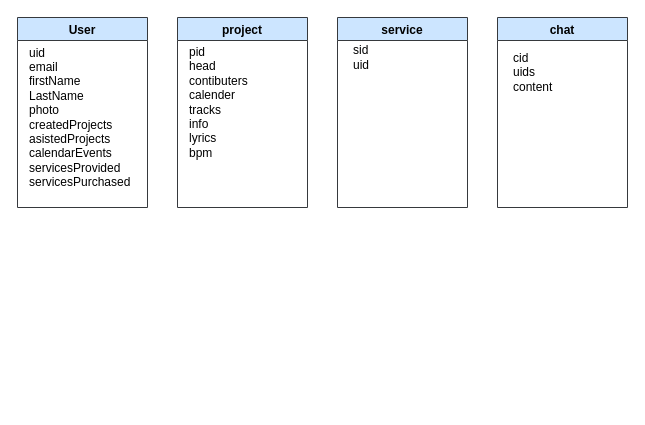
This is page "Page-7" (7 of 7) of SAD Diagrams.drawio from Itaybarbar/myProject, a draw.io file, before an edit. Source tidied: cells renumbered, new cells numbered last; positions are measured from the earlier drawing's top-left corner, leaving out a move shared by most shapes. Both pictures are drawn from the tidied source at 100%, with x=0, y=0 at pixel (17, 17).
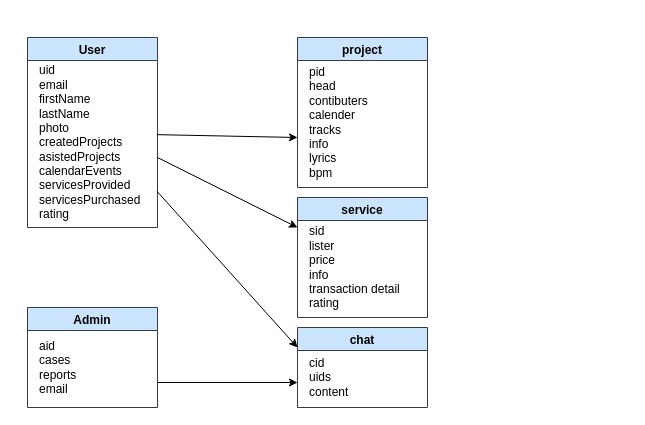
After the change.

The edit, as a diff of the source:
```diff
@@
 <mxGraphModel>
   <root>
     <mxCell id="0" />
     <mxCell id="1" parent="0" />
     <mxCell id="2" value="User" style="swimlane;fillColor=#cce5ff;strokeColor=#36393d;" parent="1" vertex="1">
-      <mxGeometry width="130" height="190" as="geometry" />
+      <mxGeometry x="10" y="20" width="130" height="190" as="geometry" />
     </mxCell>
-    <mxCell id="3" value="uid&lt;br&gt;email&lt;br&gt;firstName&lt;br&gt;LastName&lt;br&gt;photo&lt;br&gt;createdProjects&lt;br&gt;asistedProjects&lt;br&gt;calendarEvents&lt;br&gt;servicesProvided&lt;br&gt;servicesPurchased" style="text;html=1;align=left;verticalAlign=middle;points=[];strokeColor=none;fillColor=none;fontStyle=0;" parent="2" vertex="1">
-      <mxGeometry x="10" y="25" width="120" height="150" as="geometry" />
+    <mxCell id="3" value="uid&lt;br&gt;email&lt;br&gt;firstName&lt;br&gt;lastName&lt;br&gt;photo&lt;br&gt;createdProjects&lt;br&gt;asistedProjects&lt;br&gt;calendarEvents&lt;br&gt;servicesProvided&lt;br&gt;servicesPurchased&lt;br&gt;rating" style="text;html=1;align=left;verticalAlign=middle;points=[];strokeColor=none;fillColor=none;fontStyle=0;" parent="2" vertex="1">
+      <mxGeometry x="10" y="25" width="120" height="160" as="geometry" />
     </mxCell>
     <mxCell id="4" value="service" style="swimlane;fillColor=#cce5ff;strokeColor=#36393d;startSize=23;" parent="1" vertex="1">
-      <mxGeometry x="320" width="130" height="190" as="geometry" />
+      <mxGeometry x="280" y="180" width="130" height="120" as="geometry" />
     </mxCell>
-    <mxCell id="5" value="sid&lt;br&gt;uid&lt;br&gt;" style="text;html=1;align=left;verticalAlign=middle;strokeColor=none;fillColor=none;fontStyle=0;" parent="4" vertex="1">
-      <mxGeometry x="14" y="25" width="30" height="30" as="geometry" />
+    <mxCell id="5" value="sid&lt;br&gt;lister&lt;br&gt;price&lt;br&gt;info&lt;br&gt;transaction detail&lt;br&gt;rating" style="text;html=1;align=left;verticalAlign=middle;strokeColor=none;fillColor=none;fontStyle=0;" parent="4" vertex="1">
+      <mxGeometry x="10" y="25" width="110" height="90" as="geometry" />
     </mxCell>
+    <mxCell id="8" value="chat" style="swimlane;fillColor=#cce5ff;strokeColor=#36393d;startSize=23;" parent="1" vertex="1">
+      <mxGeometry x="280" y="310" width="130" height="80" as="geometry" />
+    </mxCell>
+    <mxCell id="9" value="cid&lt;br&gt;uids&lt;br&gt;content" style="text;html=1;align=left;verticalAlign=middle;strokeColor=none;fillColor=none;fontStyle=0;" parent="8" vertex="1">
+      <mxGeometry x="10" y="25" width="50" height="50" as="geometry" />
+    </mxCell>
+    <mxCell id="10" value="Admin" style="swimlane;fillColor=#cce5ff;strokeColor=#36393d;startSize=23;" parent="1" vertex="1">
+      <mxGeometry x="10" y="290" width="130" height="100" as="geometry" />
+    </mxCell>
+    <mxCell id="11" value="aid&lt;br&gt;cases&lt;br&gt;reports&lt;br&gt;email" style="text;html=1;align=left;verticalAlign=middle;strokeColor=none;fillColor=none;fontStyle=0;" parent="10" vertex="1">
+      <mxGeometry x="10" y="30" width="50" height="60" as="geometry" />
+    </mxCell>
     <mxCell id="6" value="project" style="swimlane;fillColor=#cce5ff;strokeColor=#36393d;startSize=23;" parent="1" vertex="1">
-      <mxGeometry x="160" width="130" height="190" as="geometry" />
+      <mxGeometry x="280" y="20" width="130" height="150" as="geometry" />
     </mxCell>
     <mxCell id="7" value="pid&lt;br&gt;head&lt;br&gt;contibuters&lt;br&gt;calender&lt;br&gt;tracks&lt;br&gt;info&lt;br&gt;lyrics&lt;br&gt;bpm&lt;br&gt;" style="text;html=1;align=left;verticalAlign=middle;strokeColor=none;fillColor=none;fontStyle=0;" parent="6" vertex="1">
       <mxGeometry x="10" y="25" width="70" height="120" as="geometry" />
     </mxCell>
-    <mxCell id="8" value="chat" style="swimlane;fillColor=#cce5ff;strokeColor=#36393d;startSize=23;" parent="1" vertex="1">
-      <mxGeometry x="480" width="130" height="190" as="geometry" />
-    </mxCell>
-    <mxCell id="9" value="cid&lt;br&gt;uids&lt;br&gt;content" style="text;html=1;align=left;verticalAlign=middle;strokeColor=none;fillColor=none;fontStyle=0;" parent="8" vertex="1">
-      <mxGeometry x="14" y="30" width="50" height="50" as="geometry" />
-    </mxCell>
+    <mxCell id="12" style="endArrow=classic;html=1;rounded=0;exitX=0.997;exitY=0.451;exitDx=0;exitDy=0;exitPerimeter=0;" parent="1" edge="1" source="3">
+      <mxGeometry relative="1" as="geometry">
+        <mxPoint x="280" y="120" as="targetPoint" />
+      </mxGeometry>
+    </mxCell>
+    <mxCell id="13" style="endArrow=classic;html=1;rounded=0;exitX=0.997;exitY=0.451;exitDx=0;exitDy=0;exitPerimeter=0;entryX=0;entryY=0.25;entryDx=0;entryDy=0;" parent="1" edge="1" target="4">
+      <mxGeometry relative="1" as="geometry">
+        <mxPoint x="140" y="140" as="sourcePoint" />
+      </mxGeometry>
+    </mxCell>
+    <mxCell id="14" style="endArrow=classic;html=1;rounded=0;exitX=0.997;exitY=0.806;exitDx=0;exitDy=0;exitPerimeter=0;entryX=0;entryY=0.25;entryDx=0;entryDy=0;" parent="1" edge="1" source="3" target="8">
+      <mxGeometry relative="1" as="geometry" />
+    </mxCell>
+    <mxCell id="15" style="endArrow=classic;html=1;rounded=0;exitX=1;exitY=0.75;exitDx=0;exitDy=0;" parent="1" edge="1" source="10">
+      <mxGeometry relative="1" as="geometry">
+        <mxPoint x="280" y="365" as="targetPoint" />
+      </mxGeometry>
+    </mxCell>
   </root>
 </mxGraphModel>
```
